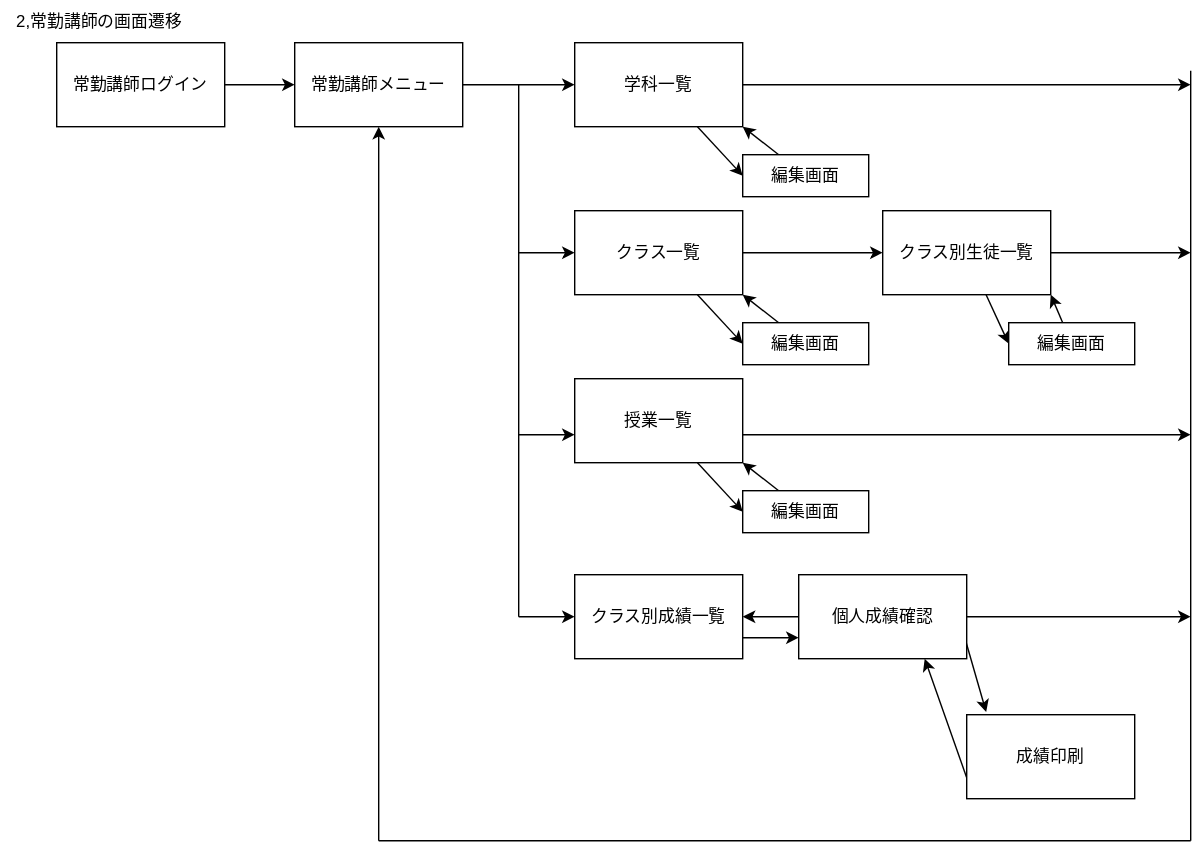
This is teamG4.drawio.svg from Skypeace8585/uml-introduction, a draw.io export, as it was before one commit. Source tidied: cells renumbered, new cells last; positions are measured from the earlier drawing's top-left corner, leaving out a move shared by most shapes.
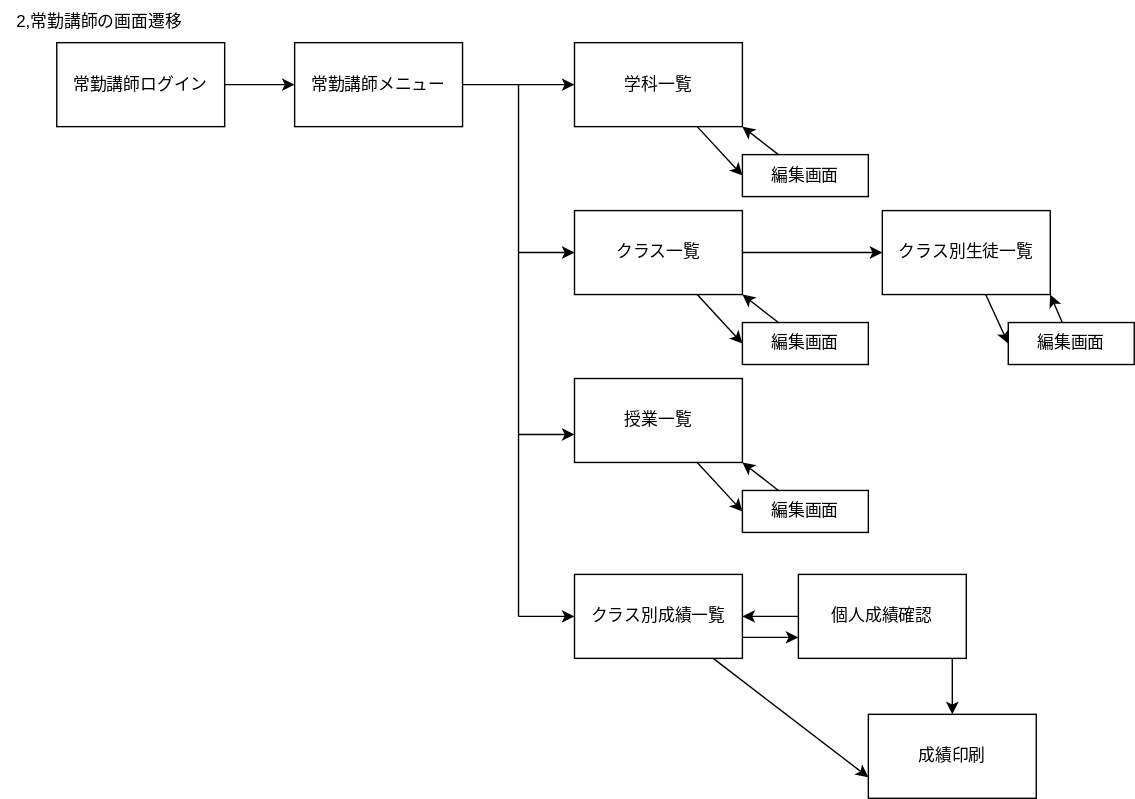
After the commit.

What changed in the source:
```diff
@@ -19,11 +19,6 @@
     <mxCell id="6" value="常勤講師メニュー" style="rounded=0;whiteSpace=wrap;html=1;" parent="1" vertex="1">
       <mxGeometry x="210" y="30" width="120" height="60" as="geometry" />
     </mxCell>
-    <mxCell id="7" style="edgeStyle=none;html=1;" parent="1" edge="1" source="9">
-      <mxGeometry relative="1" as="geometry">
-        <mxPoint x="850" y="60" as="targetPoint" />
-      </mxGeometry>
-    </mxCell>
     <mxCell id="8" style="edgeStyle=none;html=1;entryX=0;entryY=0.5;entryDx=0;entryDy=0;" parent="1" edge="1" source="9" target="23">
       <mxGeometry relative="1" as="geometry" />
     </mxCell>
@@ -58,38 +53,12 @@
         <mxPoint x="410" y="310" as="targetPoint" />
       </mxGeometry>
     </mxCell>
-    <mxCell id="16" style="edgeStyle=none;html=1;" parent="1" edge="1">
-      <mxGeometry relative="1" as="geometry">
-        <mxPoint x="530" y="310" as="sourcePoint" />
-        <mxPoint x="850" y="310" as="targetPoint" />
-      </mxGeometry>
-    </mxCell>
     <mxCell id="17" style="edgeStyle=none;html=1;entryX=0;entryY=0.5;entryDx=0;entryDy=0;" parent="1" edge="1" source="18" target="27">
       <mxGeometry relative="1" as="geometry" />
     </mxCell>
     <mxCell id="18" value="授業一覧" style="rounded=0;whiteSpace=wrap;html=1;" parent="1" vertex="1">
       <mxGeometry x="410" y="270" width="120" height="60" as="geometry" />
     </mxCell>
-    <mxCell id="19" style="endArrow=none;html=1;" parent="1" edge="1">
-      <mxGeometry relative="1" as="geometry">
-        <mxPoint x="850" y="50" as="sourcePoint" />
-        <mxPoint x="850" y="600" as="targetPoint" />
-        <Array as="points">
-          <mxPoint x="850" y="210" />
-        </Array>
-      </mxGeometry>
-    </mxCell>
-    <mxCell id="20" style="endArrow=none;html=1;" parent="1" edge="1">
-      <mxGeometry relative="1" as="geometry">
-        <mxPoint x="270" y="600" as="sourcePoint" />
-        <mxPoint x="850" y="600" as="targetPoint" />
-      </mxGeometry>
-    </mxCell>
-    <mxCell id="21" style="endArrow=classic;html=1;entryX=0.5;entryY=1;entryDx=0;entryDy=0;" parent="1" edge="1" target="6">
-      <mxGeometry relative="1" as="geometry">
-        <mxPoint x="270" y="600" as="sourcePoint" />
-      </mxGeometry>
-    </mxCell>
     <mxCell id="22" style="edgeStyle=none;html=1;entryX=1;entryY=1;entryDx=0;entryDy=0;" parent="1" edge="1" source="23" target="9">
       <mxGeometry relative="1" as="geometry" />
     </mxCell>
@@ -108,11 +77,6 @@
     <mxCell id="27" value="編集画面" style="rounded=0;whiteSpace=wrap;html=1;" parent="1" vertex="1">
       <mxGeometry x="530" y="350" width="90" height="30" as="geometry" />
     </mxCell>
-    <mxCell id="28" style="edgeStyle=none;html=1;" parent="1" edge="1" source="30">
-      <mxGeometry relative="1" as="geometry">
-        <mxPoint x="850" y="180" as="targetPoint" />
-      </mxGeometry>
-    </mxCell>
     <mxCell id="29" style="edgeStyle=none;html=1;entryX=0;entryY=0.5;entryDx=0;entryDy=0;" parent="1" edge="1" source="30" target="32">
       <mxGeometry relative="1" as="geometry" />
     </mxCell>
@@ -130,6 +94,9 @@
         <mxPoint x="530" y="455" as="sourcePoint" />
       </mxGeometry>
     </mxCell>
+    <mxCell id="42" style="edgeStyle=none;html=1;entryX=0;entryY=0.75;entryDx=0;entryDy=0;" parent="1" edge="1" source="34" target="37">
+      <mxGeometry relative="1" as="geometry" />
+    </mxCell>
     <mxCell id="34" value="クラス別成績一覧" style="rounded=0;whiteSpace=wrap;html=1;" parent="1" vertex="1">
       <mxGeometry x="410" y="410" width="120" height="60" as="geometry" />
     </mxCell>
@@ -138,22 +105,14 @@
         <mxPoint x="370" y="440" as="sourcePoint" />
       </mxGeometry>
     </mxCell>
-    <mxCell id="36" style="edgeStyle=none;html=1;entryX=0.75;entryY=1;entryDx=0;entryDy=0;exitX=0;exitY=0.75;exitDx=0;exitDy=0;" parent="1" edge="1" source="37" target="41">
-      <mxGeometry relative="1" as="geometry" />
-    </mxCell>
     <mxCell id="37" value="成績印刷" style="rounded=0;whiteSpace=wrap;html=1;" parent="1" vertex="1">
-      <mxGeometry x="690" y="510" width="120" height="60" as="geometry" />
+      <mxGeometry x="620" y="510" width="120" height="60" as="geometry" />
     </mxCell>
-    <mxCell id="38" style="edgeStyle=none;html=1;entryX=0.116;entryY=-0.031;entryDx=0;entryDy=0;entryPerimeter=0;" parent="1" edge="1" target="37">
+    <mxCell id="38" style="edgeStyle=none;html=1;entryX=0.5;entryY=0;entryDx=0;entryDy=0;" parent="1" edge="1" target="37">
       <mxGeometry relative="1" as="geometry">
         <mxPoint x="680" y="425" as="sourcePoint" />
       </mxGeometry>
     </mxCell>
-    <mxCell id="39" style="edgeStyle=none;html=1;" parent="1" edge="1" source="41">
-      <mxGeometry relative="1" as="geometry">
-        <mxPoint x="850" y="440" as="targetPoint" />
-      </mxGeometry>
-    </mxCell>
     <mxCell id="40" style="edgeStyle=none;html=1;entryX=1;entryY=0.5;entryDx=0;entryDy=0;" parent="1" edge="1" source="41" target="34">
       <mxGeometry relative="1" as="geometry" />
     </mxCell>
```
